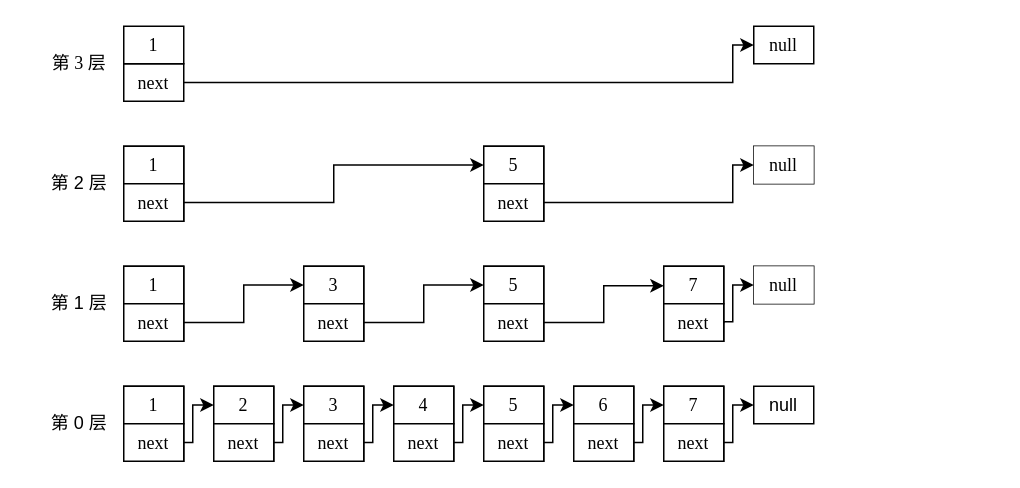
Above: page "第 7 页" (12 of 14) of 论文.drawio in jue73/7339 (draw.io), before the change. Source tidied: cells renumbered, new cells numbered last; positions are measured from the earlier drawing's top-left corner, leaving out a move shared by most shapes. Both pictures are drawn from the tidied source at 150%, with x=0, y=0 at pixel (26, 26).
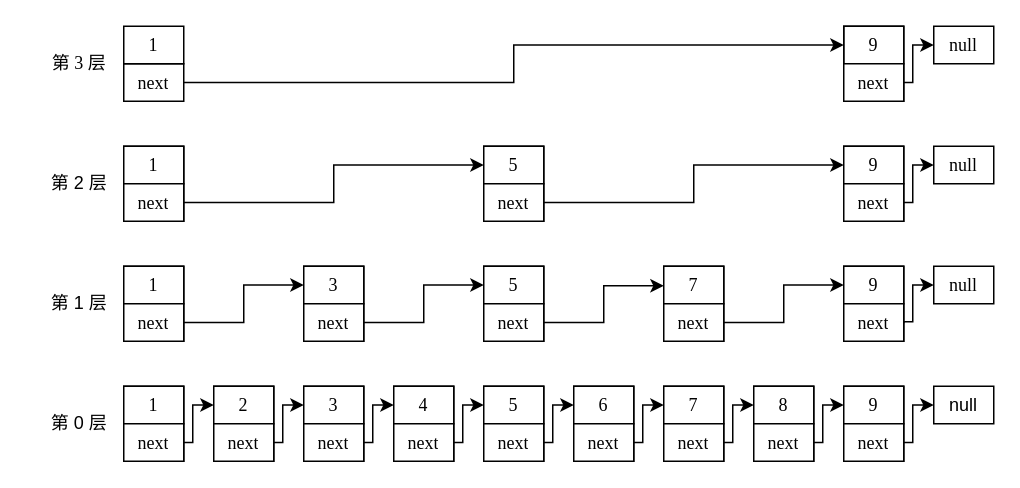
Above is the later version.

Unchanged cells that the change refers to:
```xml
<mxCell id="38" style="shape=tableRow;horizontal=0;startSize=0;swimlaneHead=0;swimlaneBody=0;strokeColor=inherit;top=0;left=0;bottom=0;right=0;fillColor=none;points=[[0,0.5],[1,0.5]];portConstraint=eastwest;" parent="35" vertex="1">
  <mxGeometry y="25" width="40" height="25" as="geometry" />
</mxCell>
<mxCell id="44" style="shape=tableRow;horizontal=0;startSize=0;swimlaneHead=0;swimlaneBody=0;strokeColor=inherit;top=0;left=0;bottom=0;right=0;fillColor=none;points=[[0,0.5],[1,0.5]];portConstraint=eastwest;" parent="43" vertex="1">
  <mxGeometry width="40" height="25" as="geometry" />
</mxCell>
<mxCell id="65" style="shape=tableRow;horizontal=0;startSize=0;swimlaneHead=0;swimlaneBody=0;strokeColor=inherit;top=0;left=0;bottom=0;right=0;fillColor=none;points=[[0,0.5],[1,0.5]];portConstraint=eastwest;" parent="62" vertex="1">
  <mxGeometry y="25" width="40" height="25" as="geometry" />
</mxCell>
<mxCell id="76" style="shape=tableRow;horizontal=0;startSize=0;swimlaneHead=0;swimlaneBody=0;strokeColor=inherit;top=0;left=0;bottom=0;right=0;fillColor=none;points=[[0,0.5],[1,0.5]];portConstraint=eastwest;" parent="73" vertex="1">
  <mxGeometry y="25" width="40" height="25" as="geometry" />
</mxCell>
<mxCell id="79" style="shape=tableRow;horizontal=0;startSize=0;swimlaneHead=0;swimlaneBody=0;strokeColor=inherit;top=0;left=0;bottom=0;right=0;fillColor=none;points=[[0,0.5],[1,0.5]];portConstraint=eastwest;" parent="78" vertex="1">
  <mxGeometry width="40" height="25" as="geometry" />
</mxCell>
<mxCell id="85" style="shape=tableRow;horizontal=0;startSize=0;swimlaneHead=0;swimlaneBody=0;strokeColor=inherit;top=0;left=0;bottom=0;right=0;fillColor=none;points=[[0,0.5],[1,0.5]];portConstraint=eastwest;" parent="84" vertex="1">
  <mxGeometry width="40" height="25" as="geometry" />
</mxCell>
<mxCell id="92" style="shape=tableRow;horizontal=0;startSize=0;swimlaneHead=0;swimlaneBody=0;strokeColor=inherit;top=0;left=0;bottom=0;right=0;fillColor=none;points=[[0,0.5],[1,0.5]];portConstraint=eastwest;" parent="89" vertex="1">
  <mxGeometry y="25" width="40" height="25" as="geometry" />
</mxCell>
<mxCell id="95" style="shape=tableRow;horizontal=0;startSize=0;swimlaneHead=0;swimlaneBody=0;strokeColor=inherit;top=0;left=0;bottom=0;right=0;fillColor=none;points=[[0,0.5],[1,0.5]];portConstraint=eastwest;" parent="94" vertex="1">
  <mxGeometry width="40" height="25" as="geometry" />
</mxCell>
```

What changed in the source:
```diff
@@
+    <mxCell id="102" style="shape=table;startSize=0;childLayout=tableLayout;" parent="1" vertex="1">
+      <mxGeometry x="485" y="240" width="40" height="50" as="geometry" />
+    </mxCell>
+    <mxCell id="103" style="shape=tableRow;horizontal=0;startSize=0;swimlaneHead=0;swimlaneBody=0;strokeColor=inherit;top=0;left=0;bottom=0;right=0;fillColor=none;points=[[0,0.5],[1,0.5]];portConstraint=eastwest;" parent="102" vertex="1">
+      <mxGeometry width="40" height="25" as="geometry" />
+    </mxCell>
+    <mxCell id="104" value="&lt;font face=&quot;Times New Roman&quot;&gt;8&lt;/font&gt;" style="shape=partialRectangle;html=1;whiteSpace=wrap;overflow=hidden;top=1;left=1;bottom=1;right=1;" parent="103" vertex="1">
+      <mxGeometry width="40" height="25" as="geometry" />
+    </mxCell>
+    <mxCell id="105" style="shape=tableRow;horizontal=0;startSize=0;swimlaneHead=0;swimlaneBody=0;strokeColor=inherit;top=0;left=0;bottom=0;right=0;fillColor=none;points=[[0,0.5],[1,0.5]];portConstraint=eastwest;" parent="102" vertex="1">
+      <mxGeometry y="25" width="40" height="25" as="geometry" />
+    </mxCell>
+    <mxCell id="106" value="&lt;font face=&quot;Times New Roman&quot;&gt;next&lt;/font&gt;" style="shape=partialRectangle;html=1;whiteSpace=wrap;overflow=hidden;top=1;left=1;bottom=1;right=1;" parent="105" vertex="1">
+      <mxGeometry width="40" height="25" as="geometry" />
+    </mxCell>
+    <mxCell id="107" style="shape=table;startSize=0;childLayout=tableLayout;" parent="1" vertex="1">
+      <mxGeometry x="545" y="240" width="40" height="50" as="geometry" />
+    </mxCell>
+    <mxCell id="108" style="shape=tableRow;horizontal=0;startSize=0;swimlaneHead=0;swimlaneBody=0;strokeColor=inherit;top=0;left=0;bottom=0;right=0;fillColor=none;points=[[0,0.5],[1,0.5]];portConstraint=eastwest;" parent="107" vertex="1">
+      <mxGeometry width="40" height="25" as="geometry" />
+    </mxCell>
+    <mxCell id="109" value="&lt;font face=&quot;Times New Roman&quot;&gt;9&lt;/font&gt;" style="shape=partialRectangle;html=1;whiteSpace=wrap;overflow=hidden;top=1;left=1;bottom=1;right=1;" parent="108" vertex="1">
+      <mxGeometry width="40" height="25" as="geometry" />
+    </mxCell>
+    <mxCell id="110" style="shape=tableRow;horizontal=0;startSize=0;swimlaneHead=0;swimlaneBody=0;strokeColor=inherit;top=0;left=0;bottom=0;right=0;fillColor=none;points=[[0,0.5],[1,0.5]];portConstraint=eastwest;" parent="107" vertex="1">
+      <mxGeometry y="25" width="40" height="25" as="geometry" />
+    </mxCell>
+    <mxCell id="111" value="&lt;font face=&quot;Times New Roman&quot;&gt;next&lt;/font&gt;" style="shape=partialRectangle;html=1;whiteSpace=wrap;overflow=hidden;top=1;left=1;bottom=1;right=1;" parent="110" vertex="1">
+      <mxGeometry width="40" height="25" as="geometry" />
+    </mxCell>
     <mxCell id="43" style="shape=table;startSize=0;childLayout=tableLayout;" parent="1" vertex="1">
-      <mxGeometry x="485" y="240" width="40" height="25" as="geometry" />
+      <mxGeometry x="605" y="240" width="40" height="25" as="geometry" />
     </mxCell>
@@
+    <mxCell id="112" style="edgeStyle=orthogonalEdgeStyle;rounded=0;jettySize=auto;html=1;entryX=0;entryY=0.5;entryDx=0;entryDy=0;" parent="1" edge="1" source="105" target="108">
+      <mxGeometry relative="1" as="geometry">
+        <Array as="points">
+          <mxPoint x="531" y="277" />
+          <mxPoint x="531" y="253" />
+        </Array>
+      </mxGeometry>
+    </mxCell>
-    <mxCell id="46" style="edgeStyle=orthogonalEdgeStyle;rounded=0;jettySize=auto;html=1;exitX=1;exitY=0.5;exitDx=0;exitDy=0;entryX=0;entryY=0.5;entryDx=0;entryDy=0;" parent="1" edge="1" target="44">
+    <mxCell id="46" style="edgeStyle=orthogonalEdgeStyle;rounded=0;jettySize=auto;html=1;exitX=1;exitY=0.5;exitDx=0;exitDy=0;entryX=0;entryY=0.5;entryDx=0;entryDy=0;" parent="1" edge="1" source="110" target="44">
       <mxGeometry relative="1" as="geometry">
-        <mxPoint x="465" y="277.5" as="sourcePoint" />
         <Array as="points">
-          <mxPoint x="471" y="277" />
-          <mxPoint x="471" y="253" />
+          <mxPoint x="591" y="277" />
+          <mxPoint x="591" y="253" />
         </Array>
       </mxGeometry>
     </mxCell>
+    <mxCell id="113" style="edgeStyle=orthogonalEdgeStyle;rounded=0;jettySize=auto;html=1;entryX=0;entryY=0.5;entryDx=0;entryDy=0;" parent="1" edge="1" source="38" target="103">
+      <mxGeometry relative="1" as="geometry">
+        <Array as="points">
+          <mxPoint x="471" y="278" />
+          <mxPoint x="471" y="253" />
+        </Array>
+      </mxGeometry>
+    </mxCell>
@@
+    <mxCell id="114" style="shape=table;startSize=0;childLayout=tableLayout;" parent="1" vertex="1">
+      <mxGeometry x="545" y="160" width="40" height="50" as="geometry" />
+    </mxCell>
+    <mxCell id="115" style="shape=tableRow;horizontal=0;startSize=0;swimlaneHead=0;swimlaneBody=0;strokeColor=inherit;top=0;left=0;bottom=0;right=0;fillColor=none;points=[[0,0.5],[1,0.5]];portConstraint=eastwest;" parent="114" vertex="1">
+      <mxGeometry width="40" height="25" as="geometry" />
+    </mxCell>
+    <mxCell id="116" value="&lt;font face=&quot;Times New Roman&quot;&gt;9&lt;/font&gt;" style="shape=partialRectangle;html=1;whiteSpace=wrap;overflow=hidden;top=1;left=1;bottom=1;right=1;" parent="115" vertex="1">
+      <mxGeometry width="40" height="25" as="geometry" />
+    </mxCell>
+    <mxCell id="117" style="shape=tableRow;horizontal=0;startSize=0;swimlaneHead=0;swimlaneBody=0;strokeColor=inherit;top=0;left=0;bottom=0;right=0;fillColor=none;" parent="114" vertex="1">
+      <mxGeometry y="25" width="40" height="25" as="geometry" />
+    </mxCell>
+    <mxCell id="118" value="&lt;font face=&quot;Times New Roman&quot;&gt;next&lt;/font&gt;" style="shape=partialRectangle;html=1;whiteSpace=wrap;overflow=hidden;top=1;left=1;bottom=1;right=1;" parent="117" vertex="1">
+      <mxGeometry width="40" height="25" as="geometry" />
+    </mxCell>
@@
+    <mxCell id="119" style="shape=table;startSize=0;childLayout=tableLayout;" parent="1" vertex="1">
+      <mxGeometry x="545" y="80" width="40" height="50" as="geometry" />
+    </mxCell>
+    <mxCell id="120" style="shape=tableRow;horizontal=0;startSize=0;swimlaneHead=0;swimlaneBody=0;strokeColor=inherit;top=0;left=0;bottom=0;right=0;fillColor=none;points=[[0,0.5],[1,0.5]];portConstraint=eastwest;" parent="119" vertex="1">
+      <mxGeometry width="40" height="25" as="geometry" />
+    </mxCell>
+    <mxCell id="121" value="&lt;font face=&quot;Times New Roman&quot;&gt;9&lt;/font&gt;" style="shape=partialRectangle;html=1;whiteSpace=wrap;overflow=hidden;top=1;left=1;bottom=1;right=1;" parent="120" vertex="1">
+      <mxGeometry width="40" height="25" as="geometry" />
+    </mxCell>
+    <mxCell id="122" style="shape=tableRow;horizontal=0;startSize=0;swimlaneHead=0;swimlaneBody=0;strokeColor=inherit;top=0;left=0;bottom=0;right=0;fillColor=none;points=[[0,0.5],[1,0.5]];portConstraint=eastwest;" parent="119" vertex="1">
+      <mxGeometry y="25" width="40" height="25" as="geometry" />
+    </mxCell>
+    <mxCell id="123" value="&lt;font face=&quot;Times New Roman&quot;&gt;next&lt;/font&gt;" style="shape=partialRectangle;html=1;whiteSpace=wrap;overflow=hidden;top=1;left=1;bottom=1;right=1;" parent="122" vertex="1">
+      <mxGeometry width="40" height="25" as="geometry" />
+    </mxCell>
     <mxCell id="78" style="shape=table;startSize=0;childLayout=tableLayout;" parent="1" vertex="1">
-      <mxGeometry x="485" y="80" width="40" height="25" as="geometry" />
+      <mxGeometry x="605" y="80" width="40" height="25" as="geometry" />
     </mxCell>
@@
-    <mxCell id="80" value="&lt;font face=&quot;Times New Roman&quot;&gt;null&lt;/font&gt;" style="shape=partialRectangle;html=1;whiteSpace=wrap;overflow=hidden;top=0;left=0;bottom=0;right=0;" parent="79" vertex="1">
+    <mxCell id="80" value="&lt;font face=&quot;Times New Roman&quot;&gt;null&lt;/font&gt;" style="shape=partialRectangle;html=1;whiteSpace=wrap;overflow=hidden;top=0;left=0;bottom=0;right=0;fillColor=none;" parent="79" vertex="1">
       <mxGeometry width="40" height="25" as="geometry" />
     </mxCell>
-    <mxCell id="81" style="edgeStyle=orthogonalEdgeStyle;rounded=0;jettySize=auto;html=1;entryX=0;entryY=0.5;entryDx=0;entryDy=0;" parent="1" edge="1" source="76" target="79">
+    <mxCell id="81" style="edgeStyle=orthogonalEdgeStyle;rounded=0;jettySize=auto;html=1;exitX=1;exitY=0.5;exitDx=0;exitDy=0;entryX=0;entryY=0.5;entryDx=0;entryDy=0;" parent="1" edge="1" source="122" target="79">
       <mxGeometry relative="1" as="geometry">
         <Array as="points">
-          <mxPoint x="471" y="118" />
-          <mxPoint x="471" y="93" />
+          <mxPoint x="591" y="117" />
+          <mxPoint x="591" y="93" />
         </Array>
       </mxGeometry>
     </mxCell>
@@
+    <mxCell id="124" style="edgeStyle=orthogonalEdgeStyle;rounded=0;jettySize=auto;html=1;" parent="1" edge="1" source="65" target="115">
+      <mxGeometry relative="1" as="geometry" />
+    </mxCell>
     <mxCell id="84" style="shape=table;startSize=0;childLayout=tableLayout;" parent="1" vertex="1">
-      <mxGeometry x="485" y="160" width="40" height="25" as="geometry" />
+      <mxGeometry x="605" y="160" width="40" height="25" as="geometry" />
     </mxCell>
@@
-    <mxCell id="86" value="&lt;font face=&quot;Times New Roman&quot;&gt;null&lt;/font&gt;" style="shape=partialRectangle;html=1;whiteSpace=wrap;overflow=hidden;top=0;left=0;bottom=0;right=0;" parent="85" vertex="1">
+    <mxCell id="86" value="&lt;font face=&quot;Times New Roman&quot;&gt;null&lt;/font&gt;" style="shape=partialRectangle;html=1;whiteSpace=wrap;overflow=hidden;top=0;left=0;bottom=0;right=0;fillColor=none;" parent="85" vertex="1">
       <mxGeometry width="40" height="25" as="geometry" />
     </mxCell>
     <mxCell id="87" style="edgeStyle=orthogonalEdgeStyle;rounded=0;jettySize=auto;html=1;exitX=1;exitY=0.5;exitDx=0;exitDy=0;entryX=0;entryY=0.5;entryDx=0;entryDy=0;" parent="1" edge="1" target="85">
       <mxGeometry relative="1" as="geometry">
-        <mxPoint x="465" y="198" as="sourcePoint" />
+        <mxPoint x="585" y="198" as="sourcePoint" />
         <Array as="points">
-          <mxPoint x="471" y="197" />
-          <mxPoint x="471" y="173" />
+          <mxPoint x="591" y="197" />
+          <mxPoint x="591" y="173" />
         </Array>
       </mxGeometry>
     </mxCell>
@@
+    <mxCell id="125" style="edgeStyle=orthogonalEdgeStyle;rounded=0;jettySize=auto;html=1;entryX=0;entryY=0.5;entryDx=0;entryDy=0;" parent="1" edge="1" source="76" target="120">
+      <mxGeometry relative="1" as="geometry" />
+    </mxCell>
@@
+    <mxCell id="126" style="shape=table;startSize=0;childLayout=tableLayout;" parent="1" vertex="1">
+      <mxGeometry x="545" width="40" height="50" as="geometry" />
+    </mxCell>
+    <mxCell id="127" style="shape=tableRow;horizontal=0;startSize=0;swimlaneHead=0;swimlaneBody=0;strokeColor=inherit;top=0;left=0;bottom=0;right=0;fillColor=none;points=[[0,0.5],[1,0.5]];portConstraint=eastwest;" parent="126" vertex="1">
+      <mxGeometry width="40" height="25" as="geometry" />
+    </mxCell>
+    <mxCell id="128" value="&lt;font face=&quot;Times New Roman&quot;&gt;9&lt;/font&gt;" style="shape=partialRectangle;html=1;whiteSpace=wrap;overflow=hidden;top=1;left=1;bottom=1;right=1;fillColor=none;" parent="127" vertex="1">
+      <mxGeometry width="40" height="25" as="geometry" />
+    </mxCell>
+    <mxCell id="129" style="shape=tableRow;horizontal=0;startSize=0;swimlaneHead=0;swimlaneBody=0;strokeColor=inherit;top=0;left=0;bottom=0;right=0;fillColor=none;points=[[0,0.5],[1,0.5]];portConstraint=eastwest;" parent="126" vertex="1">
+      <mxGeometry y="25" width="40" height="25" as="geometry" />
+    </mxCell>
+    <mxCell id="130" value="&lt;font face=&quot;Times New Roman&quot;&gt;next&lt;/font&gt;" style="shape=partialRectangle;html=1;whiteSpace=wrap;overflow=hidden;top=1;left=1;bottom=1;right=1;" parent="129" vertex="1">
+      <mxGeometry width="40" height="25" as="geometry" />
+    </mxCell>
     <mxCell id="94" style="shape=table;startSize=0;childLayout=tableLayout;" parent="1" vertex="1">
-      <mxGeometry x="485" width="40" height="25" as="geometry" />
+      <mxGeometry x="605" width="40" height="25" as="geometry" />
     </mxCell>
@@
-    <mxCell id="97" style="edgeStyle=orthogonalEdgeStyle;rounded=0;jettySize=auto;html=1;entryX=0;entryY=0.5;entryDx=0;entryDy=0;" parent="1" edge="1" source="92" target="95">
+    <mxCell id="97" style="edgeStyle=orthogonalEdgeStyle;rounded=0;jettySize=auto;html=1;exitX=1;exitY=0.5;exitDx=0;exitDy=0;entryX=0;entryY=0.5;entryDx=0;entryDy=0;" parent="1" edge="1" source="129" target="95">
       <mxGeometry relative="1" as="geometry">
         <Array as="points">
-          <mxPoint x="471" y="38" />
-          <mxPoint x="471" y="13" />
+          <mxPoint x="591" y="37" />
+          <mxPoint x="591" y="13" />
         </Array>
       </mxGeometry>
     </mxCell>
+    <mxCell id="131" style="edgeStyle=orthogonalEdgeStyle;rounded=0;jettySize=auto;html=1;entryX=0;entryY=0.5;entryDx=0;entryDy=0;" parent="1" edge="1" source="92" target="127">
+      <mxGeometry relative="1" as="geometry" />
+    </mxCell>
```
